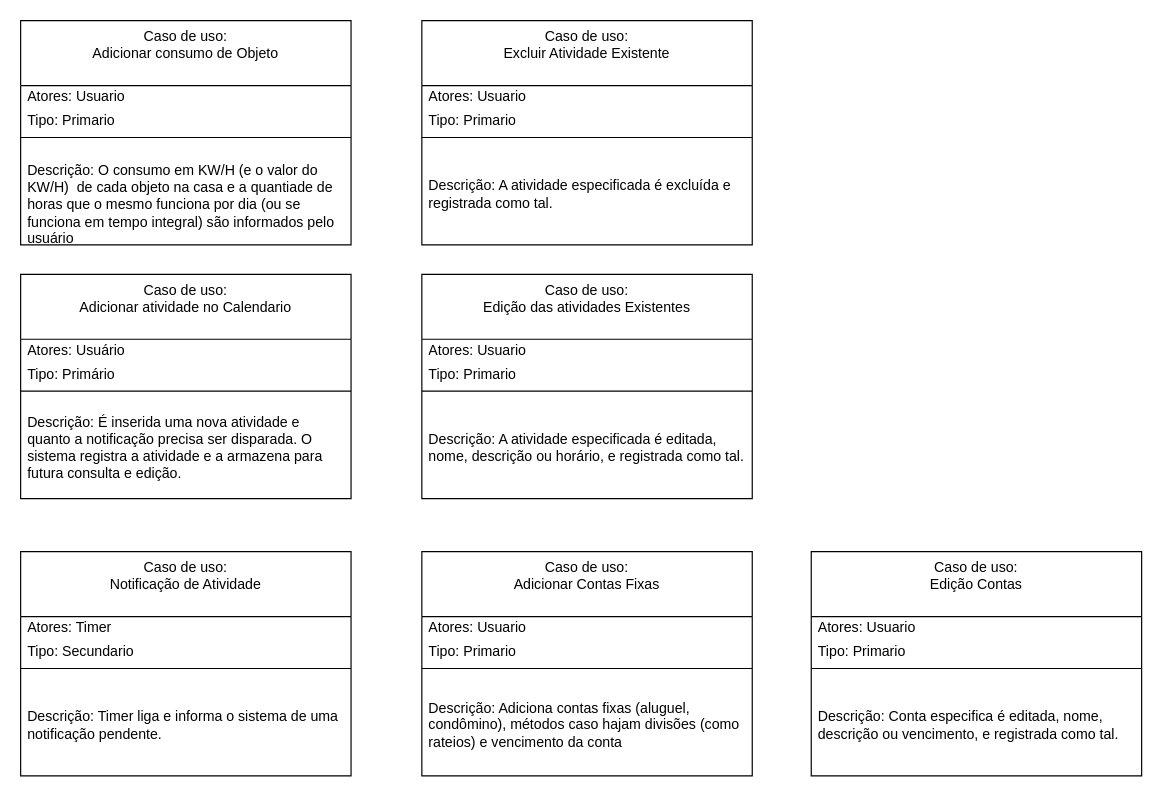
This is Caso_de_uso_AltoNivel.drawio from Sleeper02/ESI, a draw.io file, before an edit. Source tidied: cells renumbered, new cells numbered last; positions are measured from the earlier drawing's top-left corner, leaving out a move shared by most shapes. Both pictures are drawn from the tidied source at 118%, with x=0, y=0 at pixel (20, 20).
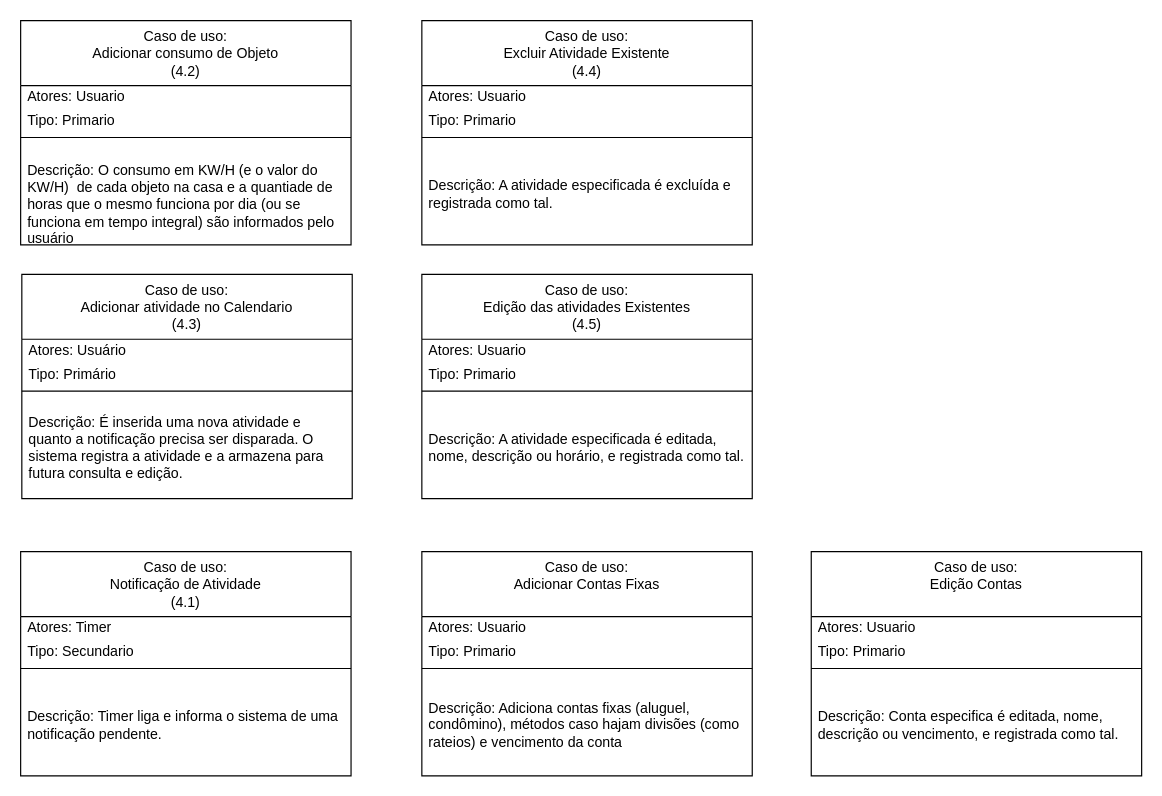
The same page after the edit.

What changed in the source:
```diff
@@
-    <mxCell id="2" value="Caso de uso:&lt;br&gt;Adicionar consumo de Objeto" style="swimlane;fontStyle=0;align=center;verticalAlign=top;horizontal=1;startSize=55;html=1;whiteSpace=wrap;" parent="1" vertex="1">
+    <mxCell id="2" value="Caso de uso:&lt;br&gt;Adicionar consumo de Objeto&lt;br&gt;(4.2)" style="swimlane;fontStyle=0;align=center;verticalAlign=top;horizontal=1;startSize=55;html=1;whiteSpace=wrap;" parent="1" vertex="1">
       <mxGeometry width="280" height="190" as="geometry" />
     </mxCell>
@@
-    <mxCell id="7" value="Caso de uso:&lt;br&gt;Adicionar atividade no Calendario" style="swimlane;fontStyle=0;align=center;verticalAlign=top;horizontal=1;startSize=55;html=1;whiteSpace=wrap;" parent="1" vertex="1">
-      <mxGeometry y="215" width="280" height="190" as="geometry" />
+    <mxCell id="7" value="Caso de uso:&lt;br&gt;Adicionar atividade no Calendario&lt;br&gt;(4.3)" style="swimlane;fontStyle=0;align=center;verticalAlign=top;horizontal=1;startSize=55;html=1;whiteSpace=wrap;" parent="1" vertex="1">
+      <mxGeometry x="1" y="215" width="280" height="190" as="geometry" />
     </mxCell>
@@
-    <mxCell id="12" value="Caso de uso:&lt;br&gt;Notificação de Atividade" style="swimlane;fontStyle=0;align=center;verticalAlign=top;horizontal=1;startSize=55;html=1;whiteSpace=wrap;" parent="1" vertex="1">
+    <mxCell id="12" value="Caso de uso:&lt;br&gt;Notificação de Atividade&lt;br&gt;(4.1)" style="swimlane;fontStyle=0;align=center;verticalAlign=top;horizontal=1;startSize=55;html=1;whiteSpace=wrap;" parent="1" vertex="1">
       <mxGeometry y="450" width="280" height="190" as="geometry" />
     </mxCell>
@@
-    <mxCell id="17" value="Caso de uso:&lt;br&gt;Excluir Atividade Existente" style="swimlane;fontStyle=0;align=center;verticalAlign=top;horizontal=1;startSize=55;html=1;whiteSpace=wrap;" parent="1" vertex="1">
+    <mxCell id="17" value="Caso de uso:&lt;br&gt;Excluir Atividade Existente&lt;br&gt;(4.4)" style="swimlane;fontStyle=0;align=center;verticalAlign=top;horizontal=1;startSize=55;html=1;whiteSpace=wrap;" parent="1" vertex="1">
       <mxGeometry x="340" width="280" height="190" as="geometry" />
     </mxCell>
@@
-    <mxCell id="22" value="Caso de uso:&lt;br&gt;Edição das atividades Existentes" style="swimlane;fontStyle=0;align=center;verticalAlign=top;horizontal=1;startSize=55;html=1;whiteSpace=wrap;" parent="1" vertex="1">
+    <mxCell id="22" value="Caso de uso:&lt;br&gt;Edição das atividades Existentes&lt;br&gt;(4.5)" style="swimlane;fontStyle=0;align=center;verticalAlign=top;horizontal=1;startSize=55;html=1;whiteSpace=wrap;" parent="1" vertex="1">
       <mxGeometry x="340" y="215" width="280" height="190" as="geometry" />
     </mxCell>
```
